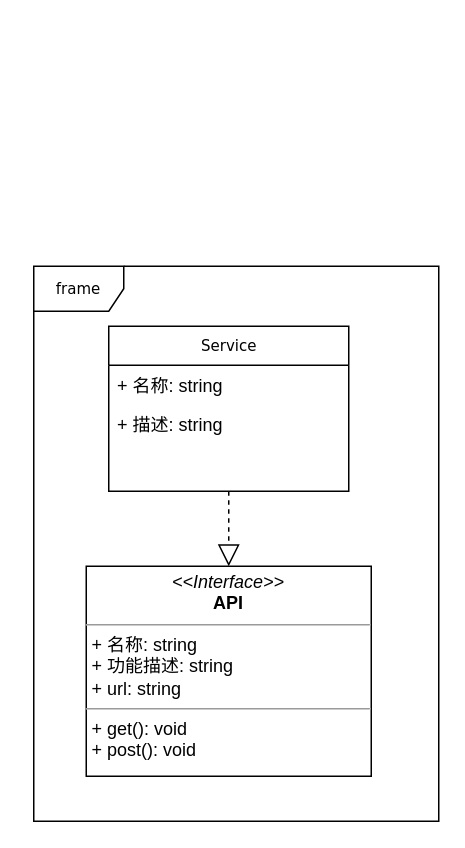
BUAAw-ML/ganbert keeps this draw.io diagram as Untitled Diagram.drawio. Above is the earlier version. Source tidied: cells renumbered, new cells numbered last; positions are measured from the earlier drawing's top-left corner, leaving out a move shared by most shapes. Both pictures are drawn from the tidied source at 150%, with x=0, y=0 at pixel (33, 266).
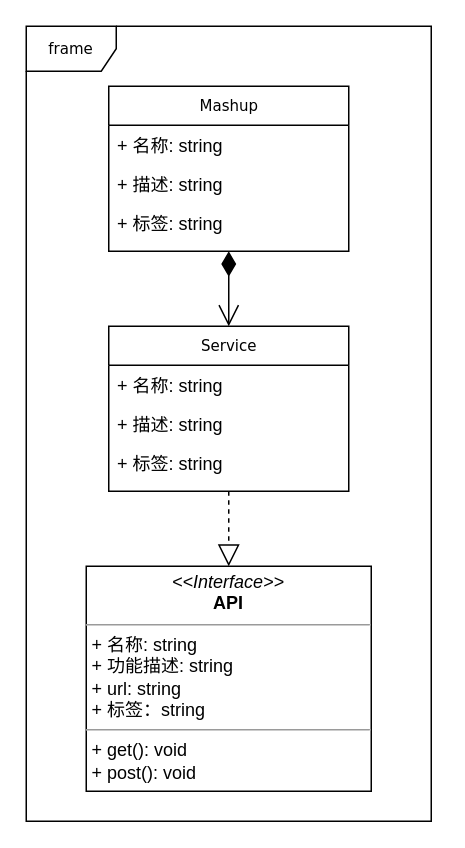
The same page after the edit.

Diff of the diagram source:
```diff
@@
 <mxGraphModel background="#ffffff">
   <root>
     <mxCell id="0" />
     <mxCell id="1" parent="0" />
     <mxCell id="2" value="frame" style="shape=umlFrame;whiteSpace=wrap;html=1;rounded=0;shadow=0;comic=0;labelBackgroundColor=none;strokeWidth=1;fontFamily=Verdana;fontSize=10;align=center;" parent="1" vertex="1">
-      <mxGeometry width="270" height="370" as="geometry" />
+      <mxGeometry x="-5" y="-160" width="270" height="530" as="geometry" />
     </mxCell>
     <mxCell id="3" value="Service" style="swimlane;html=1;fontStyle=0;horizontal=1;startSize=26;fillColor=none;swimlaneFillColor=#ffffff;rounded=0;shadow=0;comic=0;labelBackgroundColor=none;strokeWidth=1;fontFamily=Verdana;fontSize=10;align=center;" parent="1" vertex="1">
       <mxGeometry x="50" y="40" width="160" height="110" as="geometry" />
     </mxCell>
     <mxCell id="4" value="+ 名称: string" style="text;html=1;strokeColor=none;fillColor=none;align=left;verticalAlign=top;spacingLeft=4;spacingRight=4;whiteSpace=wrap;overflow=hidden;" parent="3" vertex="1">
       <mxGeometry y="26" width="160" height="26" as="geometry" />
     </mxCell>
     <mxCell id="5" value="+ 描述: string" style="text;html=1;strokeColor=none;fillColor=none;align=left;verticalAlign=top;spacingLeft=4;spacingRight=4;whiteSpace=wrap;overflow=hidden;" parent="3" vertex="1">
       <mxGeometry y="52" width="160" height="26" as="geometry" />
     </mxCell>
+    <mxCell id="8" value="+ 标签: string" style="text;html=1;strokeColor=none;fillColor=none;align=left;verticalAlign=top;spacingLeft=4;spacingRight=4;whiteSpace=wrap;overflow=hidden;" parent="3" vertex="1">
+      <mxGeometry y="78" width="160" height="26" as="geometry" />
+    </mxCell>
-    <mxCell id="6" value="&lt;p style=&quot;margin: 0px ; margin-top: 4px ; text-align: center&quot;&gt;&lt;i&gt;&amp;lt;&amp;lt;Interface&amp;gt;&amp;gt;&lt;/i&gt;&lt;br&gt;&lt;b&gt;API&lt;/b&gt;&lt;/p&gt;&lt;hr size=&quot;1&quot;&gt;&lt;p style=&quot;margin: 0px ; margin-left: 4px&quot;&gt;+ 名称: string&lt;br&gt;+ 功能描述: string&lt;/p&gt;&lt;p style=&quot;margin: 0px ; margin-left: 4px&quot;&gt;+ url: string&lt;/p&gt;&lt;hr size=&quot;1&quot;&gt;&lt;p style=&quot;margin: 0px ; margin-left: 4px&quot;&gt;+ get(): void&lt;br&gt;+ post(): void&lt;/p&gt;" style="verticalAlign=top;align=left;overflow=fill;fontSize=12;fontFamily=Helvetica;html=1;rounded=0;shadow=0;comic=0;labelBackgroundColor=none;strokeWidth=1;" parent="1" vertex="1">
-      <mxGeometry x="35" y="200" width="190" height="140" as="geometry" />
+    <mxCell id="6" value="&lt;p style=&quot;margin: 0px ; margin-top: 4px ; text-align: center&quot;&gt;&lt;i&gt;&amp;lt;&amp;lt;Interface&amp;gt;&amp;gt;&lt;/i&gt;&lt;br&gt;&lt;b&gt;API&lt;/b&gt;&lt;/p&gt;&lt;hr size=&quot;1&quot;&gt;&lt;p style=&quot;margin: 0px ; margin-left: 4px&quot;&gt;+ 名称: string&lt;br&gt;+ 功能描述: string&lt;/p&gt;&lt;p style=&quot;margin: 0px ; margin-left: 4px&quot;&gt;+ url: string&lt;/p&gt;&lt;p style=&quot;margin: 0px ; margin-left: 4px&quot;&gt;+ 标签：string&lt;/p&gt;&lt;hr size=&quot;1&quot;&gt;&lt;p style=&quot;margin: 0px ; margin-left: 4px&quot;&gt;+ get(): void&lt;br&gt;+ post(): void&lt;/p&gt;" style="verticalAlign=top;align=left;overflow=fill;fontSize=12;fontFamily=Helvetica;html=1;rounded=0;shadow=0;comic=0;labelBackgroundColor=none;strokeWidth=1;" parent="1" vertex="1">
+      <mxGeometry x="35" y="200" width="190" height="150" as="geometry" />
     </mxCell>
-    <mxCell id="7" style="endArrow=block;dashed=1;endFill=0;endSize=12;html=1;entryX=0.5;entryY=0;entryDx=0;entryDy=0;" parent="1" edge="1" source="3" target="6">
-      <mxGeometry relative="1" as="geometry" />
+    <mxCell id="7" style="endArrow=block;dashed=1;endFill=0;endSize=12;html=1;entryX=0.5;entryY=0;entryDx=0;entryDy=0;" parent="1" edge="1" source="3">
+      <mxGeometry relative="1" as="geometry">
+        <mxPoint x="130" y="200" as="targetPoint" />
+      </mxGeometry>
     </mxCell>
+    <mxCell id="9" value="Mashup" style="swimlane;html=1;fontStyle=0;horizontal=1;startSize=26;fillColor=none;swimlaneFillColor=#ffffff;rounded=0;shadow=0;comic=0;labelBackgroundColor=none;strokeWidth=1;fontFamily=Verdana;fontSize=10;align=center;" parent="1" vertex="1">
+      <mxGeometry x="50" y="-120" width="160" height="110" as="geometry" />
+    </mxCell>
+    <mxCell id="10" value="+ 名称: string" style="text;html=1;strokeColor=none;fillColor=none;align=left;verticalAlign=top;spacingLeft=4;spacingRight=4;whiteSpace=wrap;overflow=hidden;" parent="9" vertex="1">
+      <mxGeometry y="26" width="160" height="26" as="geometry" />
+    </mxCell>
+    <mxCell id="11" value="+ 描述: string" style="text;html=1;strokeColor=none;fillColor=none;align=left;verticalAlign=top;spacingLeft=4;spacingRight=4;whiteSpace=wrap;overflow=hidden;" parent="9" vertex="1">
+      <mxGeometry y="52" width="160" height="26" as="geometry" />
+    </mxCell>
+    <mxCell id="12" value="+ 标签: string" style="text;html=1;strokeColor=none;fillColor=none;align=left;verticalAlign=top;spacingLeft=4;spacingRight=4;whiteSpace=wrap;overflow=hidden;" parent="9" vertex="1">
+      <mxGeometry y="78" width="160" height="26" as="geometry" />
+    </mxCell>
+    <mxCell id="13" style="endArrow=open;html=1;endSize=12;startArrow=diamondThin;startSize=14;startFill=1;edgeStyle=orthogonalEdgeStyle;align=left;verticalAlign=bottom;" parent="1" edge="1" source="9" target="3">
+      <mxGeometry x="-1" y="3" relative="1" as="geometry" />
+    </mxCell>
   </root>
 </mxGraphModel>
```
